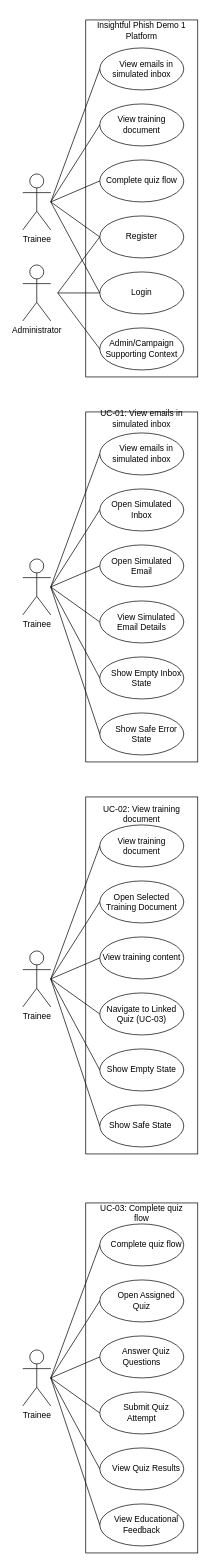
Before: docs/demo1/diagrams/use-case-overview-demo1.drawio in COS301-SE-2026/Cybersecurity-Awareness-Training-Platform, a draw.io diagram. Source tidied: cells renumbered, new cells numbered last; positions are measured from the earlier drawing's top-left corner, leaving out a move shared by most shapes. Both pictures are drawn from the tidied source at 70%, with x=0, y=0 at pixel (22, 20).
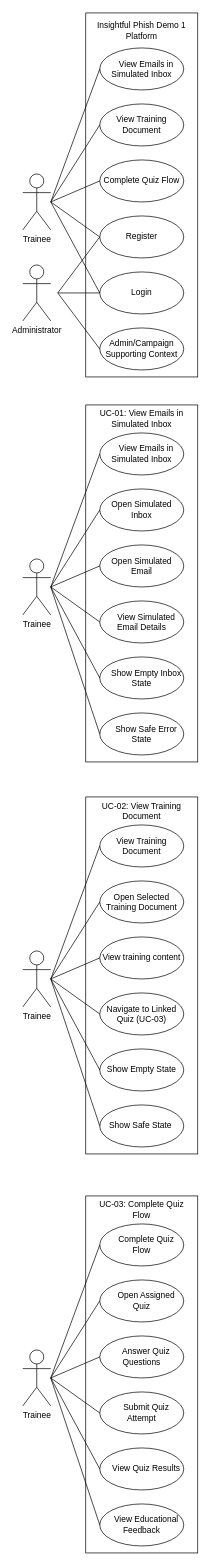
After the change.

Commit message (it also covers changes not shown here):
docs: small polish updates to uc diagrams

Diff of the diagram source:
```diff
@@
     <mxCell id="2" style="rounded=0;whiteSpace=wrap;html=1;fillColor=none;" parent="1" vertex="1">
-      <mxGeometry x="90" y="560" width="160" height="500" as="geometry" />
+      <mxGeometry x="90" y="550" width="160" height="510" as="geometry" />
     </mxCell>
@@
-    <mxCell id="5" value="&amp;nbsp; &amp;nbsp; View emails in simulated inbox" style="ellipse;whiteSpace=wrap;html=1;" parent="1" vertex="1">
+    <mxCell id="5" value="&amp;nbsp; &amp;nbsp; View Emails in Simulated Inbox" style="ellipse;whiteSpace=wrap;html=1;" parent="1" vertex="1">
       <mxGeometry x="110" y="40" width="120" height="60" as="geometry" />
     </mxCell>
-    <mxCell id="6" value="View training document" style="ellipse;whiteSpace=wrap;html=1;" parent="1" vertex="1">
+    <mxCell id="6" value="View Training Document" style="ellipse;whiteSpace=wrap;html=1;" parent="1" vertex="1">
       <mxGeometry x="110" y="120" width="120" height="60" as="geometry" />
     </mxCell>
-    <mxCell id="7" value="Complete quiz flow" style="ellipse;whiteSpace=wrap;html=1;" parent="1" vertex="1">
+    <mxCell id="7" value="Complete Quiz Flow" style="ellipse;whiteSpace=wrap;html=1;" parent="1" vertex="1">
       <mxGeometry x="110" y="200" width="120" height="60" as="geometry" />
     </mxCell>
@@
     <mxCell id="19" style="rounded=0;whiteSpace=wrap;html=1;fillColor=none;" parent="1" vertex="1">
-      <mxGeometry x="90" width="160" height="510" as="geometry" />
+      <mxGeometry x="90" y="-10" width="160" height="520" as="geometry" />
     </mxCell>
@@
-    <mxCell id="22" value="&amp;nbsp; &amp;nbsp; View emails in simulated inbox" style="ellipse;whiteSpace=wrap;html=1;" parent="1" vertex="1">
+    <mxCell id="22" value="&amp;nbsp; &amp;nbsp; View Emails in Simulated Inbox" style="ellipse;whiteSpace=wrap;html=1;" parent="1" vertex="1">
       <mxGeometry x="110" y="590" width="120" height="60" as="geometry" />
     </mxCell>
@@
-    <mxCell id="33" value="&lt;p class=&quot;p1&quot;&gt;UC-01: View emails in simulated inbox&lt;/p&gt;" style="text;html=1;whiteSpace=wrap;strokeColor=none;fillColor=none;align=center;verticalAlign=middle;rounded=0;" parent="1" vertex="1">
+    <mxCell id="33" value="&lt;p class=&quot;p1&quot;&gt;UC-01: View Emails in Simulated Inbox&lt;/p&gt;" style="text;html=1;whiteSpace=wrap;strokeColor=none;fillColor=none;align=center;verticalAlign=middle;rounded=0;" parent="1" vertex="1">
       <mxGeometry x="100" y="560" width="140" height="20" as="geometry" />
     </mxCell>
@@
-    <mxCell id="37" value="View training document" style="ellipse;whiteSpace=wrap;html=1;" parent="1" vertex="1">
+    <mxCell id="37" value="View Training Document" style="ellipse;whiteSpace=wrap;html=1;" parent="1" vertex="1">
       <mxGeometry x="110" y="1150" width="120" height="60" as="geometry" />
     </mxCell>
@@
-    <mxCell id="48" value="&lt;p class=&quot;p1&quot;&gt;&lt;br/&gt;&lt;br/&gt;&lt;br/&gt;&lt;br/&gt;&lt;/p&gt;&lt;p class=&quot;p1&quot;&gt;UC-02: View training document&lt;/p&gt;" style="text;html=1;whiteSpace=wrap;strokeColor=none;fillColor=none;align=center;verticalAlign=middle;rounded=0;" parent="1" vertex="1">
-      <mxGeometry x="100" y="1090" width="140" height="20" as="geometry" />
-    </mxCell>
@@
     <mxCell id="50" style="rounded=0;whiteSpace=wrap;html=1;fillColor=none;" parent="1" vertex="1">
-      <mxGeometry x="90" y="1690" width="160" height="500" as="geometry" />
+      <mxGeometry x="90" y="1680" width="160" height="510" as="geometry" />
     </mxCell>
@@
-    <mxCell id="52" value="&amp;nbsp; &amp;nbsp; Complete quiz flow" style="ellipse;whiteSpace=wrap;html=1;" parent="1" vertex="1">
+    <mxCell id="52" value="&amp;nbsp; &amp;nbsp; Complete Quiz Flow" style="ellipse;whiteSpace=wrap;html=1;" parent="1" vertex="1">
       <mxGeometry x="110" y="1720" width="120" height="60" as="geometry" />
     </mxCell>
@@
-    <mxCell id="63" value="&lt;p class=&quot;p1&quot;&gt;&lt;/p&gt;&lt;br/&gt;&lt;br/&gt;&lt;br/&gt;&lt;br/&gt;&lt;p class=&quot;p1&quot;&gt;UC-03: Complete quiz flow&lt;/p&gt;" style="text;html=1;whiteSpace=wrap;strokeColor=none;fillColor=none;align=center;verticalAlign=middle;rounded=0;" parent="1" vertex="1">
-      <mxGeometry x="100" y="1660" width="140" height="20" as="geometry" />
-    </mxCell>
@@
+    <mxCell id="65" value="&lt;p class=&quot;p1&quot;&gt;UC-02: View Training Document&lt;/p&gt;" style="text;html=1;whiteSpace=wrap;strokeColor=none;fillColor=none;align=center;verticalAlign=middle;rounded=0;" parent="1" vertex="1">
+      <mxGeometry x="100" y="1120" width="140" height="20" as="geometry" />
+    </mxCell>
+    <mxCell id="66" value="&lt;p class=&quot;p1&quot;&gt;UC-03: Complete Quiz Flow&lt;/p&gt;" style="text;html=1;whiteSpace=wrap;strokeColor=none;fillColor=none;align=center;verticalAlign=middle;rounded=0;" parent="1" vertex="1">
+      <mxGeometry x="100" y="1690" width="140" height="20" as="geometry" />
+    </mxCell>
```
